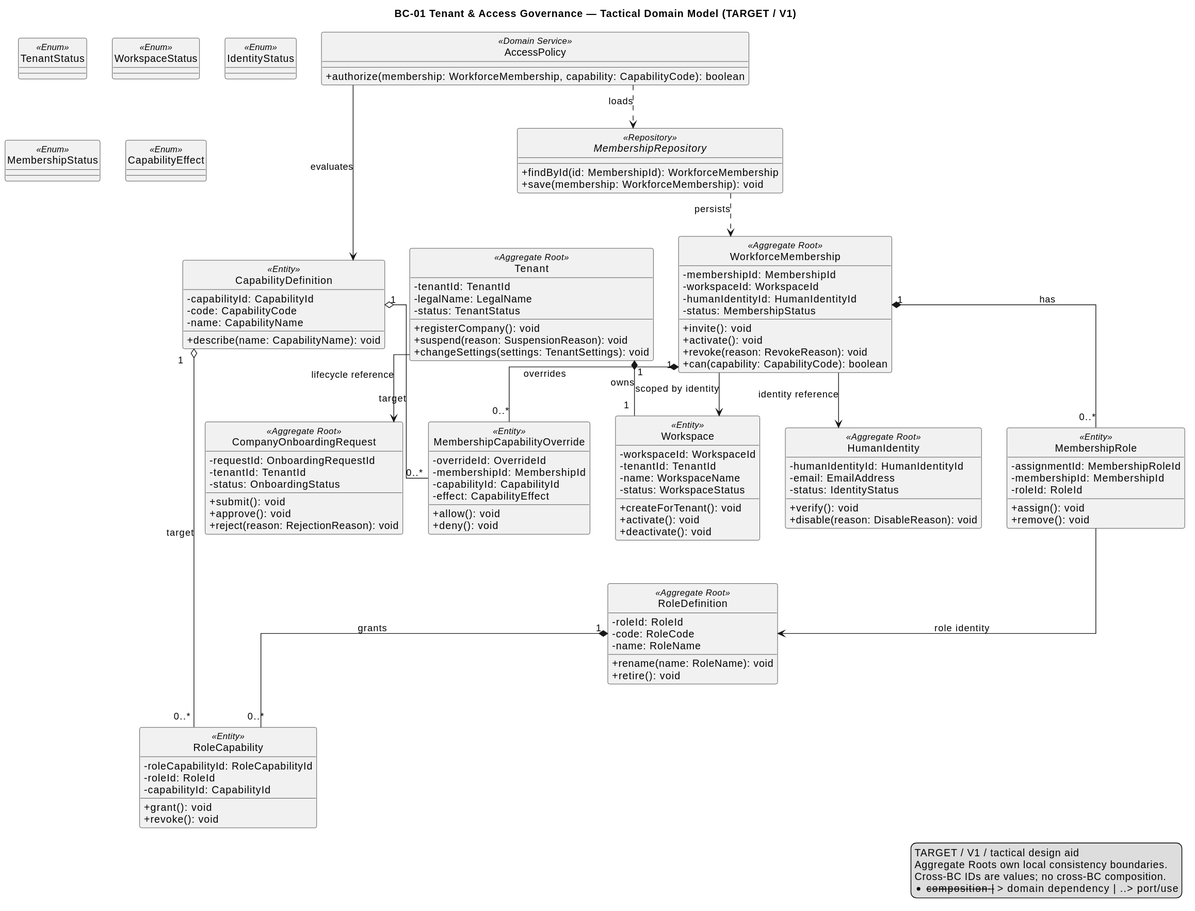
The PlantUML diagram 01-shared/domain/bounded-contexts/BC-01-tenant-access-governance/diagrams/BC01_TenantAccessGovernance.svg in nexa-suite/blueprint, before a commit.
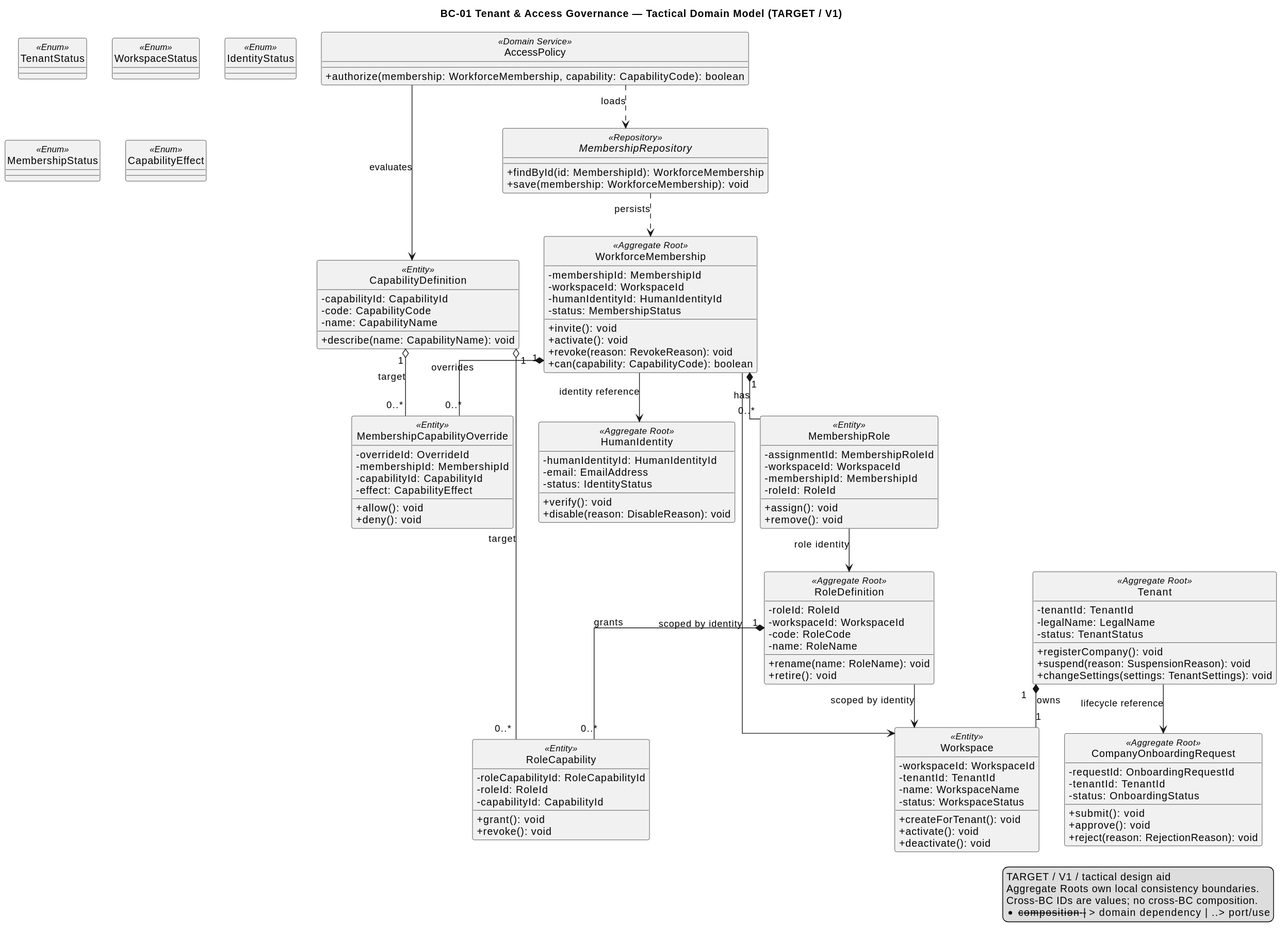
The same file after the commit.

Diff of the diagram source:
```diff
@@ -54,6 +54,7 @@
 
 class RoleDefinition <<Aggregate Root>> {
   -roleId: RoleId
+  -workspaceId: WorkspaceId
   -code: RoleCode
   -name: RoleName
   +rename(name: RoleName): void
@@ -69,6 +70,7 @@
 
 class MembershipRole <<Entity>> {
   -assignmentId: MembershipRoleId
+  -workspaceId: WorkspaceId
   -membershipId: MembershipId
   -roleId: RoleId
   +assign(): void
@@ -114,6 +116,7 @@
 WorkforceMembership "1" *-- "0..*" MembershipRole : has
 WorkforceMembership "1" *-- "0..*" MembershipCapabilityOverride : overrides
 MembershipRole --> RoleDefinition : role identity
+RoleDefinition --> Workspace : scoped by identity
 RoleDefinition "1" *-- "0..*" RoleCapability : grants
 CapabilityDefinition "1" o-- "0..*" RoleCapability : target
 CapabilityDefinition "1" o-- "0..*" MembershipCapabilityOverride : target
```
